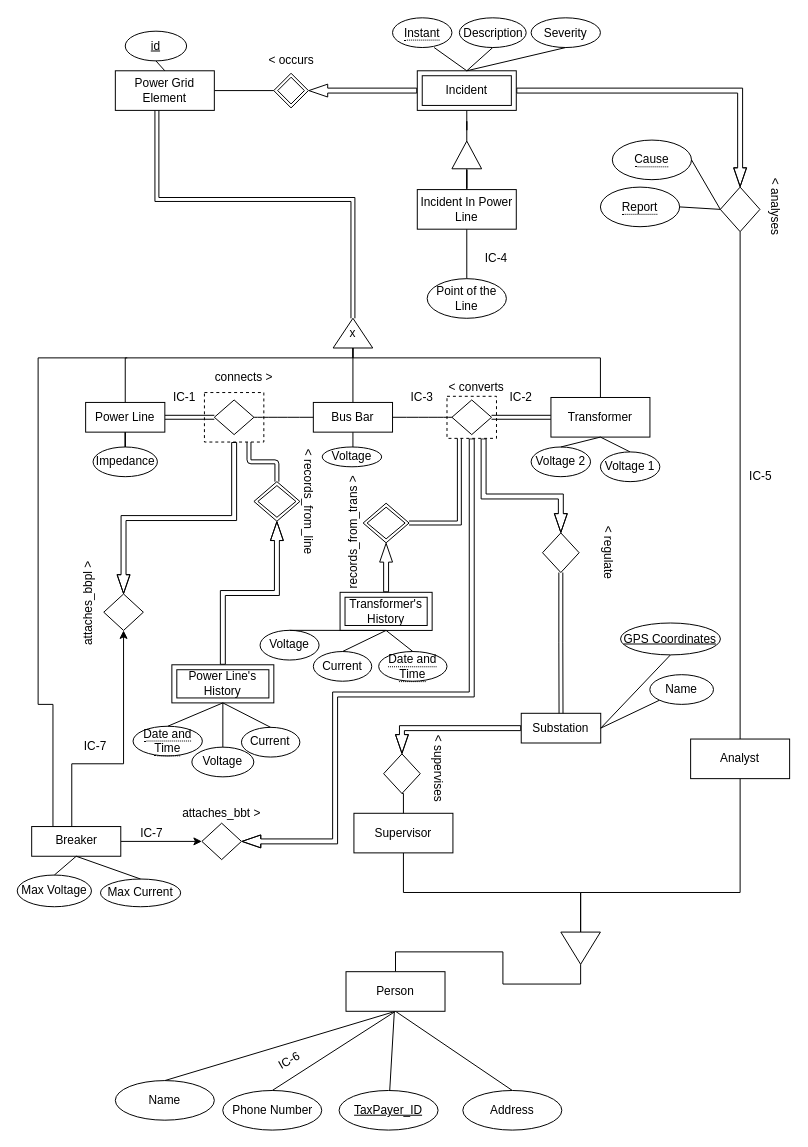
Above: page "Page-3" (3 of 3) of Project/Part1/New_Version.drawio in dgd-rosa/SIBD (draw.io), before the change. Source tidied: cells renumbered, new cells numbered last; positions are measured from the earlier drawing's top-left corner, leaving out a move shared by most shapes. Both pictures are drawn from the tidied source at 99%, with x=0, y=0 at pixel (17, 18).
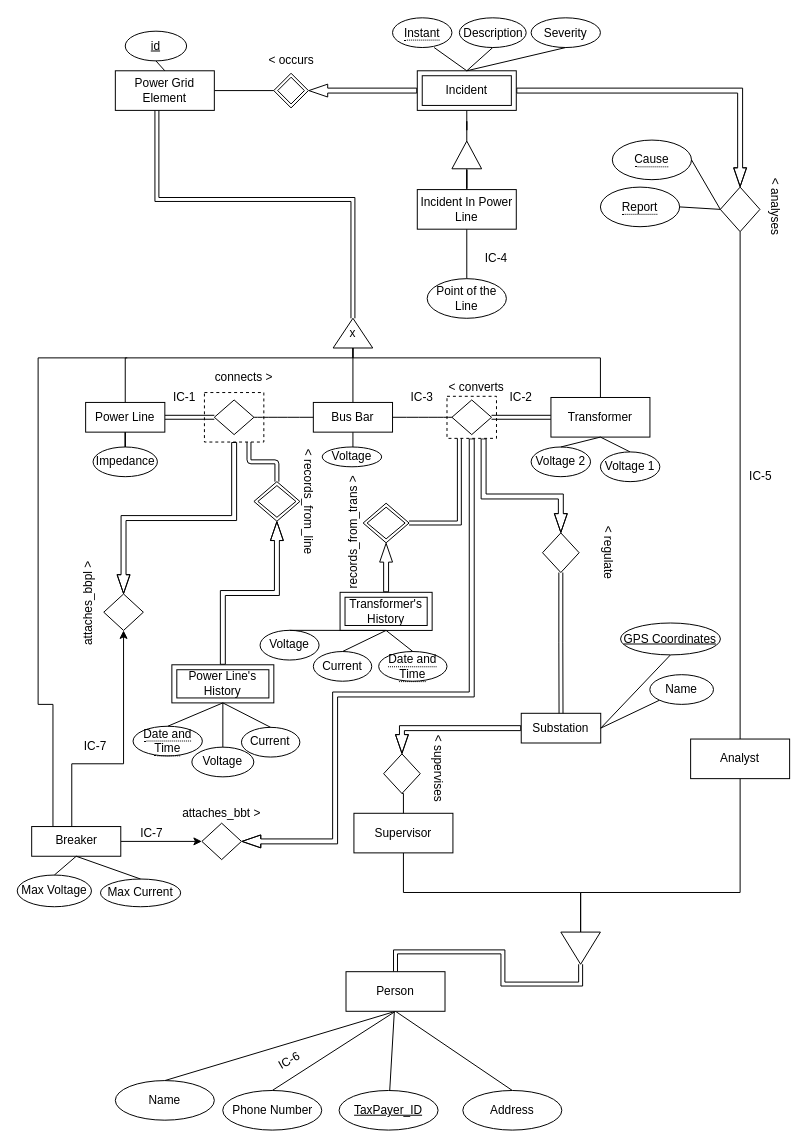
The same page after the edit.

The change refers to these unchanged cells:
```xml
<mxCell id="93" style="triangle;whiteSpace=wrap;html=1;rotation=0;direction=south;" parent="1" vertex="1">
  <mxGeometry x="549" y="923" width="40" height="32.5" as="geometry" />
</mxCell>
<mxCell id="98" value="Person" style="whiteSpace=wrap;html=1;align=center;" parent="1" vertex="1">
  <mxGeometry x="332" y="963" width="100" height="40" as="geometry" />
</mxCell>
```

What changed in the source:
```diff
@@
-    <mxCell id="92" style="edgeStyle=orthogonalEdgeStyle;rounded=0;jettySize=auto;html=1;endArrow=none;endFill=0;exitX=1;exitY=0.5;exitDx=0;exitDy=0;" parent="1" edge="1" source="93" target="98">
+    <mxCell id="92" style="edgeStyle=orthogonalEdgeStyle;rounded=0;jettySize=auto;html=1;endArrow=none;endFill=0;exitX=1;exitY=0.5;exitDx=0;exitDy=0;shape=link;" parent="1" edge="1" source="93" target="98">
       <mxGeometry relative="1" as="geometry" />
     </mxCell>
```
